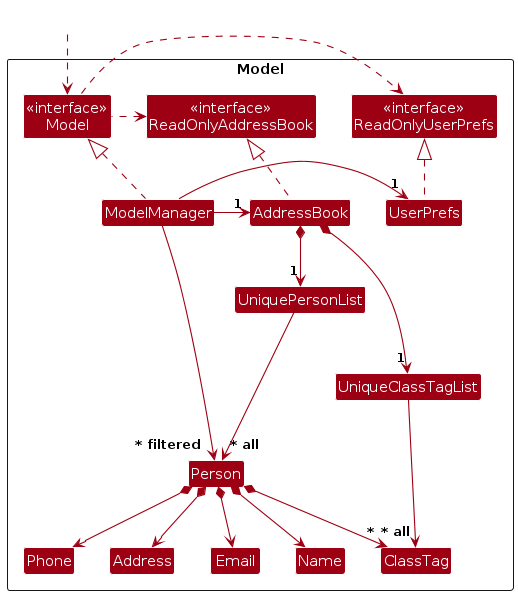
Earlier version of the PlantUML export diagrams/ModelClassDiagram.png (AY2526S1-CS2103T-F10-3/tp). Its source is kept beside it as diagrams/ModelClassDiagram.puml.
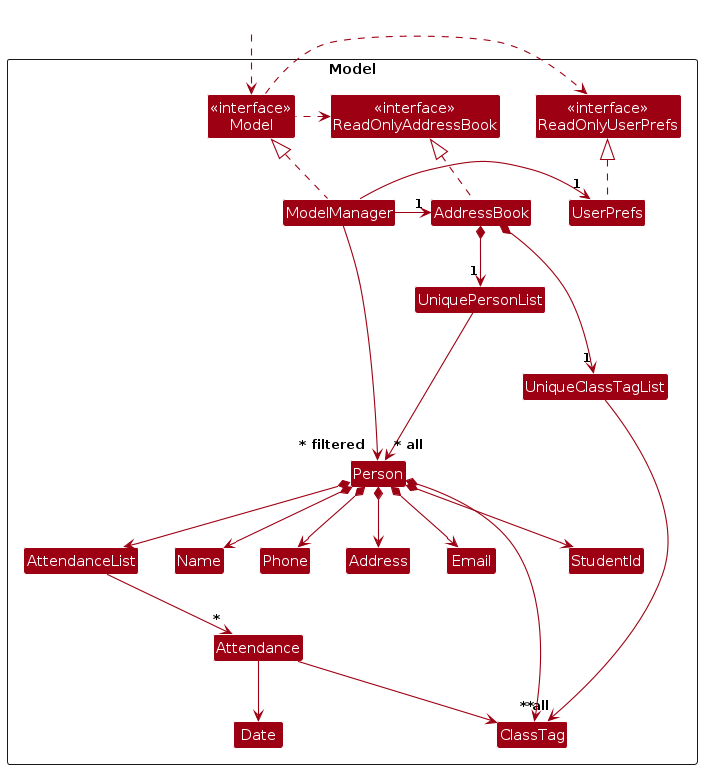
Later version of the same file.

The edit, as a diff of the source:
```diff
@@ -19,7 +19,11 @@
 Class Email
 Class Name
 Class Phone
+Class StudentId
 Class ClassTag
+Class AttendanceList
+Class Attendance
+Class Date
 
 Class I #FFFFFF
 }
@@ -44,7 +48,14 @@
 Person *--> Phone
 Person *--> Email
 Person *--> Address
+Person *--> StudentId
 Person *--> "*" ClassTag
+Person *--> AttendanceList
+
+AttendanceList --> "*" Attendance
+
+Attendance --> Date
+Attendance --> ClassTag
 
 Person -[hidden]up--> I
 UniquePersonList -[hidden]right-> I
```
